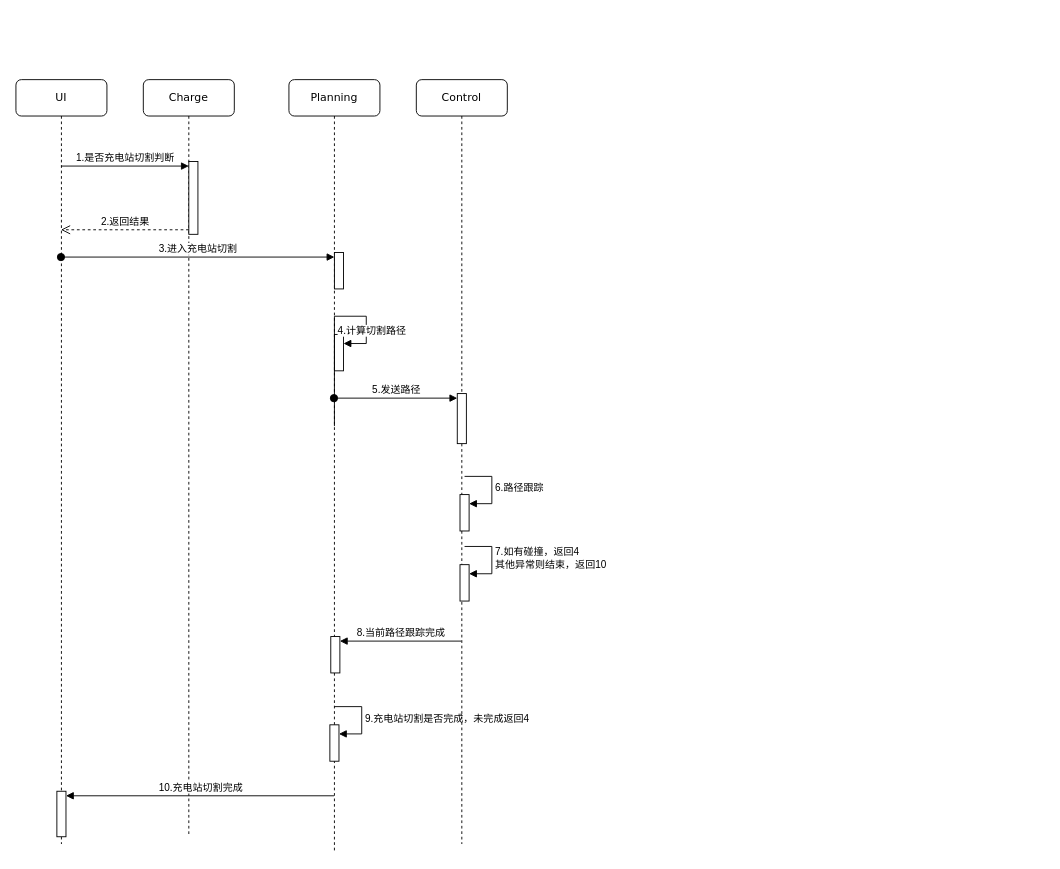
Above: charge_station_cut.drawio in Hinson-A/draw.io_file (draw.io), before the change. Source tidied: cells renumbered, new cells numbered last; positions are measured from the earlier drawing's top-left corner, leaving out a move shared by most shapes. Both pictures are drawn from the tidied source at 91%, with x=0, y=0 at pixel (15, 79).
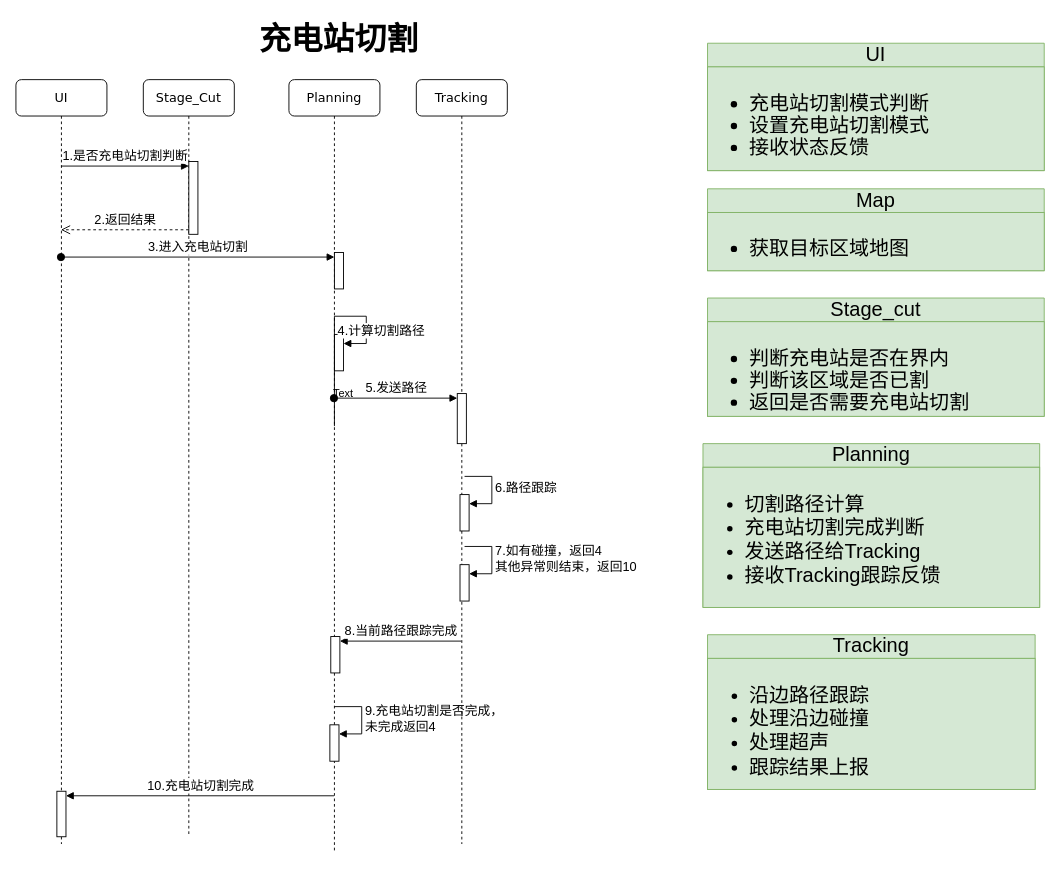
Above is the later version.

The edit, as a diff of the source:
```diff
@@
-    <mxCell id="2" value="Charge" style="shape=umlLifeline;perimeter=lifelinePerimeter;whiteSpace=wrap;html=1;rounded=1;shadow=0;comic=0;labelBackgroundColor=none;strokeWidth=1;fontFamily=Verdana;fontSize=12;align=center;" parent="1" vertex="1">
+    <mxCell id="2" value="Stage_Cut" style="shape=umlLifeline;perimeter=lifelinePerimeter;whiteSpace=wrap;html=1;rounded=1;shadow=0;comic=0;labelBackgroundColor=none;strokeWidth=1;fontFamily=Verdana;fontSize=14;align=center;" parent="1" vertex="1">
       <mxGeometry x="140" width="100" height="830" as="geometry" />
     </mxCell>
-    <mxCell id="3" style="html=1;points=[[0,0,0,0,5],[0,1,0,0,-5],[1,0,0,0,5],[1,1,0,0,-5]];perimeter=orthogonalPerimeter;outlineConnect=0;targetShapes=umlLifeline;portConstraint=eastwest;newEdgeStyle={&quot;curved&quot;:0,&quot;rounded&quot;:0};" parent="2" vertex="1">
+    <mxCell id="3" style="html=1;points=[[0,0,0,0,5],[0,1,0,0,-5],[1,0,0,0,5],[1,1,0,0,-5]];perimeter=orthogonalPerimeter;outlineConnect=0;targetShapes=umlLifeline;portConstraint=eastwest;newEdgeStyle={&quot;curved&quot;:0,&quot;rounded&quot;:0};fontSize=14;" parent="2" vertex="1">
       <mxGeometry x="50" y="90" width="10" height="80" as="geometry" />
     </mxCell>
-    <mxCell id="4" value="Planning" style="shape=umlLifeline;perimeter=lifelinePerimeter;whiteSpace=wrap;html=1;outlineConnect=0;rounded=1;shadow=0;comic=0;labelBackgroundColor=none;strokeWidth=1;fontFamily=Verdana;fontSize=12;align=center;" parent="1" vertex="1">
+    <mxCell id="4" value="Planning" style="shape=umlLifeline;perimeter=lifelinePerimeter;whiteSpace=wrap;html=1;outlineConnect=0;rounded=1;shadow=0;comic=0;labelBackgroundColor=none;strokeWidth=1;fontFamily=Verdana;fontSize=14;align=center;" parent="1" vertex="1">
       <mxGeometry x="300" width="100" height="850" as="geometry" />
     </mxCell>
-    <mxCell id="5" style="html=1;points=[[0,0,0,0,5],[0,1,0,0,-5],[1,0,0,0,5],[1,1,0,0,-5]];perimeter=orthogonalPerimeter;outlineConnect=0;targetShapes=umlLifeline;portConstraint=eastwest;newEdgeStyle={&quot;curved&quot;:0,&quot;rounded&quot;:0};" parent="4" vertex="1">
+    <mxCell id="5" style="html=1;points=[[0,0,0,0,5],[0,1,0,0,-5],[1,0,0,0,5],[1,1,0,0,-5]];perimeter=orthogonalPerimeter;outlineConnect=0;targetShapes=umlLifeline;portConstraint=eastwest;newEdgeStyle={&quot;curved&quot;:0,&quot;rounded&quot;:0};fontSize=14;" parent="4" vertex="1">
       <mxGeometry x="50" y="280" width="10" height="40" as="geometry" />
     </mxCell>
-    <mxCell id="6" value="4.计算切割路径" style="html=1;align=left;spacingLeft=2;endArrow=block;rounded=0;edgeStyle=orthogonalEdgeStyle;curved=0;rounded=0;exitX=0.5;exitY=0.448;exitDx=0;exitDy=0;exitPerimeter=0;" parent="4" edge="1" source="4" target="5">
+    <mxCell id="6" value="4.计算切割路径" style="html=1;align=left;spacingLeft=2;endArrow=block;rounded=0;edgeStyle=orthogonalEdgeStyle;curved=0;rounded=0;exitX=0.5;exitY=0.448;exitDx=0;exitDy=0;exitPerimeter=0;fontSize=14;" parent="4" edge="1" source="4" target="5">
       <mxGeometry relative="1" as="geometry">
         <Array as="points">
           <mxPoint x="85" y="260" />
           <mxPoint x="85" y="290" />
         </Array>
       </mxGeometry>
     </mxCell>
-    <mxCell id="7" style="html=1;points=[[0,0,0,0,5],[0,1,0,0,-5],[1,0,0,0,5],[1,1,0,0,-5]];perimeter=orthogonalPerimeter;outlineConnect=0;targetShapes=umlLifeline;portConstraint=eastwest;newEdgeStyle={&quot;curved&quot;:0,&quot;rounded&quot;:0};" parent="4" vertex="1">
+    <mxCell id="7" style="html=1;points=[[0,0,0,0,5],[0,1,0,0,-5],[1,0,0,0,5],[1,1,0,0,-5]];perimeter=orthogonalPerimeter;outlineConnect=0;targetShapes=umlLifeline;portConstraint=eastwest;newEdgeStyle={&quot;curved&quot;:0,&quot;rounded&quot;:0};fontSize=14;" parent="4" vertex="1">
       <mxGeometry x="50" y="190" width="10" height="40" as="geometry" />
     </mxCell>
-    <mxCell id="8" style="html=1;points=[[0,0,0,0,5],[0,1,0,0,-5],[1,0,0,0,5],[1,1,0,0,-5]];perimeter=orthogonalPerimeter;outlineConnect=0;targetShapes=umlLifeline;portConstraint=eastwest;newEdgeStyle={&quot;curved&quot;:0,&quot;rounded&quot;:0};" parent="4" vertex="1">
+    <mxCell id="8" style="html=1;points=[[0,0,0,0,5],[0,1,0,0,-5],[1,0,0,0,5],[1,1,0,0,-5]];perimeter=orthogonalPerimeter;outlineConnect=0;targetShapes=umlLifeline;portConstraint=eastwest;newEdgeStyle={&quot;curved&quot;:0,&quot;rounded&quot;:0};fontSize=14;" parent="4" vertex="1">
       <mxGeometry x="46" y="612" width="10" height="40" as="geometry" />
     </mxCell>
-    <mxCell id="9" style="html=1;points=[[0,0,0,0,5],[0,1,0,0,-5],[1,0,0,0,5],[1,1,0,0,-5]];perimeter=orthogonalPerimeter;outlineConnect=0;targetShapes=umlLifeline;portConstraint=eastwest;newEdgeStyle={&quot;curved&quot;:0,&quot;rounded&quot;:0};" parent="4" vertex="1">
+    <mxCell id="9" style="html=1;points=[[0,0,0,0,5],[0,1,0,0,-5],[1,0,0,0,5],[1,1,0,0,-5]];perimeter=orthogonalPerimeter;outlineConnect=0;targetShapes=umlLifeline;portConstraint=eastwest;newEdgeStyle={&quot;curved&quot;:0,&quot;rounded&quot;:0};fontSize=14;" parent="4" vertex="1">
       <mxGeometry x="45" y="709" width="10" height="40" as="geometry" />
     </mxCell>
-    <mxCell id="10" value="9.充电站切割是否完成，未完成返回4" style="html=1;align=left;spacingLeft=2;endArrow=block;rounded=0;edgeStyle=orthogonalEdgeStyle;curved=0;rounded=0;" parent="4" edge="1" target="9">
+    <mxCell id="10" value="9.充电站切割是否完成，&lt;br&gt;未完成返回4" style="html=1;align=left;spacingLeft=2;endArrow=block;rounded=0;edgeStyle=orthogonalEdgeStyle;curved=0;rounded=0;fontSize=14;" parent="4" edge="1" target="9">
       <mxGeometry relative="1" as="geometry">
         <mxPoint x="50" y="689" as="sourcePoint" />
         <Array as="points">
           <mxPoint x="80" y="719" />
         </Array>
       </mxGeometry>
     </mxCell>
-    <mxCell id="11" value="Control" style="shape=umlLifeline;perimeter=lifelinePerimeter;whiteSpace=wrap;html=1;rounded=1;shadow=0;comic=0;labelBackgroundColor=none;strokeWidth=1;fontFamily=Verdana;fontSize=12;align=center;" parent="1" vertex="1">
+    <mxCell id="11" value="Tracking" style="shape=umlLifeline;perimeter=lifelinePerimeter;whiteSpace=wrap;html=1;rounded=1;shadow=0;comic=0;labelBackgroundColor=none;strokeWidth=1;fontFamily=Verdana;fontSize=14;align=center;" parent="1" vertex="1">
       <mxGeometry x="440" width="100" height="840" as="geometry" />
     </mxCell>
-    <mxCell id="12" style="html=1;points=[[0,0,0,0,5],[0,1,0,0,-5],[1,0,0,0,5],[1,1,0,0,-5]];perimeter=orthogonalPerimeter;outlineConnect=0;targetShapes=umlLifeline;portConstraint=eastwest;newEdgeStyle={&quot;curved&quot;:0,&quot;rounded&quot;:0};" parent="11" vertex="1">
+    <mxCell id="12" style="html=1;points=[[0,0,0,0,5],[0,1,0,0,-5],[1,0,0,0,5],[1,1,0,0,-5]];perimeter=orthogonalPerimeter;outlineConnect=0;targetShapes=umlLifeline;portConstraint=eastwest;newEdgeStyle={&quot;curved&quot;:0,&quot;rounded&quot;:0};fontSize=14;" parent="11" vertex="1">
       <mxGeometry x="45" y="345" width="10" height="55" as="geometry" />
     </mxCell>
-    <mxCell id="13" value="UI" style="shape=umlLifeline;perimeter=lifelinePerimeter;whiteSpace=wrap;html=1;outlineConnect=0;rounded=1;shadow=0;comic=0;labelBackgroundColor=none;strokeWidth=1;fontFamily=Verdana;fontSize=12;align=center;" parent="1" vertex="1">
+    <mxCell id="13" value="UI" style="shape=umlLifeline;perimeter=lifelinePerimeter;whiteSpace=wrap;html=1;outlineConnect=0;rounded=1;shadow=0;comic=0;labelBackgroundColor=none;strokeWidth=1;fontFamily=Verdana;fontSize=14;align=center;" parent="1" vertex="1">
       <mxGeometry width="100" height="840" as="geometry" />
     </mxCell>
-    <mxCell id="14" style="html=1;points=[[0,0,0,0,5],[0,1,0,0,-5],[1,0,0,0,5],[1,1,0,0,-5]];perimeter=orthogonalPerimeter;outlineConnect=0;targetShapes=umlLifeline;portConstraint=eastwest;newEdgeStyle={&quot;curved&quot;:0,&quot;rounded&quot;:0};" parent="13" vertex="1">
+    <mxCell id="14" style="html=1;points=[[0,0,0,0,5],[0,1,0,0,-5],[1,0,0,0,5],[1,1,0,0,-5]];perimeter=orthogonalPerimeter;outlineConnect=0;targetShapes=umlLifeline;portConstraint=eastwest;newEdgeStyle={&quot;curved&quot;:0,&quot;rounded&quot;:0};fontSize=14;" parent="13" vertex="1">
       <mxGeometry x="45" y="782" width="10" height="50" as="geometry" />
     </mxCell>
-    <mxCell id="15" value="1.是否充电站切割判断" style="html=1;verticalAlign=bottom;endArrow=block;curved=0;rounded=0;entryX=0;entryY=0;entryDx=0;entryDy=5;" parent="1" edge="1" source="13" target="3">
+    <mxCell id="15" value="1.是否充电站切割判断" style="html=1;verticalAlign=bottom;endArrow=block;curved=0;rounded=0;entryX=0;entryY=0;entryDx=0;entryDy=5;fontSize=14;" parent="1" edge="1" source="13" target="3">
       <mxGeometry relative="1" as="geometry" />
     </mxCell>
-    <mxCell id="16" value="2.返回结果" style="html=1;verticalAlign=bottom;endArrow=open;dashed=1;endSize=8;curved=0;rounded=0;exitX=0;exitY=1;exitDx=0;exitDy=-5;" parent="1" edge="1" source="3" target="13">
+    <mxCell id="16" value="2.返回结果" style="html=1;verticalAlign=bottom;endArrow=open;dashed=1;endSize=8;curved=0;rounded=0;exitX=0;exitY=1;exitDx=0;exitDy=-5;fontSize=14;" parent="1" edge="1" source="3" target="13">
       <mxGeometry relative="1" as="geometry" />
     </mxCell>
-    <mxCell id="17" value="3.进入充电站切割" style="html=1;verticalAlign=bottom;startArrow=oval;endArrow=block;startSize=8;curved=0;rounded=0;entryX=0;entryY=0;entryDx=0;entryDy=5;" parent="1" edge="1" source="13" target="7">
+    <mxCell id="17" value="3.进入充电站切割" style="html=1;verticalAlign=bottom;startArrow=oval;endArrow=block;startSize=8;curved=0;rounded=0;entryX=0;entryY=0;entryDx=0;entryDy=5;fontSize=14;" parent="1" edge="1" source="13" target="7">
       <mxGeometry relative="1" as="geometry" />
     </mxCell>
-    <mxCell id="18" value="5.发送路径" style="html=1;verticalAlign=bottom;startArrow=oval;endArrow=block;startSize=8;curved=0;rounded=0;entryX=0;entryY=0;entryDx=0;entryDy=5;" parent="1" edge="1" source="4" target="12">
+    <mxCell id="18" value="5.发送路径" style="html=1;verticalAlign=bottom;startArrow=oval;endArrow=block;startSize=8;curved=0;rounded=0;entryX=0;entryY=0;entryDx=0;entryDy=5;fontSize=14;" parent="1" edge="1" source="4" target="12">
       <mxGeometry relative="1" as="geometry" />
     </mxCell>
-    <mxCell id="19" style="html=1;points=[[0,0,0,0,5],[0,1,0,0,-5],[1,0,0,0,5],[1,1,0,0,-5]];perimeter=orthogonalPerimeter;outlineConnect=0;targetShapes=umlLifeline;portConstraint=eastwest;newEdgeStyle={&quot;curved&quot;:0,&quot;rounded&quot;:0};" parent="1" vertex="1">
+    <mxCell id="19" style="html=1;points=[[0,0,0,0,5],[0,1,0,0,-5],[1,0,0,0,5],[1,1,0,0,-5]];perimeter=orthogonalPerimeter;outlineConnect=0;targetShapes=umlLifeline;portConstraint=eastwest;newEdgeStyle={&quot;curved&quot;:0,&quot;rounded&quot;:0};fontSize=14;" parent="1" vertex="1">
       <mxGeometry x="488" y="456" width="10" height="40" as="geometry" />
     </mxCell>
-    <mxCell id="20" value="6.路径跟踪" style="html=1;align=left;spacingLeft=2;endArrow=block;rounded=0;edgeStyle=orthogonalEdgeStyle;curved=0;rounded=0;" parent="1" edge="1" target="19">
+    <mxCell id="20" value="6.路径跟踪" style="html=1;align=left;spacingLeft=2;endArrow=block;rounded=0;edgeStyle=orthogonalEdgeStyle;curved=0;rounded=0;fontSize=14;" parent="1" edge="1" target="19">
       <mxGeometry relative="1" as="geometry">
         <mxPoint x="493" y="436" as="sourcePoint" />
         <Array as="points">
           <mxPoint x="523" y="466" />
         </Array>
       </mxGeometry>
     </mxCell>
-    <mxCell id="21" value="8.当前路径跟踪完成" style="html=1;verticalAlign=bottom;endArrow=block;curved=0;rounded=0;entryX=1;entryY=0;entryDx=0;entryDy=5;" parent="1" edge="1" target="8">
+    <mxCell id="21" value="8.当前路径跟踪完成" style="html=1;verticalAlign=bottom;endArrow=block;curved=0;rounded=0;entryX=1;entryY=0;entryDx=0;entryDy=5;fontSize=14;" parent="1" edge="1" target="8">
       <mxGeometry relative="1" as="geometry">
         <mxPoint x="489.5" y="617" as="sourcePoint" />
       </mxGeometry>
     </mxCell>
-    <mxCell id="22" value="10.充电站切割完成" style="html=1;verticalAlign=bottom;endArrow=block;curved=0;rounded=0;entryX=1;entryY=0;entryDx=0;entryDy=5;" parent="1" edge="1" target="14">
+    <mxCell id="22" value="10.充电站切割完成" style="html=1;verticalAlign=bottom;endArrow=block;curved=0;rounded=0;entryX=1;entryY=0;entryDx=0;entryDy=5;fontSize=14;" parent="1" edge="1" target="14">
       <mxGeometry relative="1" as="geometry">
         <mxPoint x="349.5" y="787" as="sourcePoint" />
       </mxGeometry>
     </mxCell>
-    <mxCell id="23" style="html=1;points=[[0,0,0,0,5],[0,1,0,0,-5],[1,0,0,0,5],[1,1,0,0,-5]];perimeter=orthogonalPerimeter;outlineConnect=0;targetShapes=umlLifeline;portConstraint=eastwest;newEdgeStyle={&quot;curved&quot;:0,&quot;rounded&quot;:0};" parent="1" vertex="1">
+    <mxCell id="23" style="html=1;points=[[0,0,0,0,5],[0,1,0,0,-5],[1,0,0,0,5],[1,1,0,0,-5]];perimeter=orthogonalPerimeter;outlineConnect=0;targetShapes=umlLifeline;portConstraint=eastwest;newEdgeStyle={&quot;curved&quot;:0,&quot;rounded&quot;:0};fontSize=14;" parent="1" vertex="1">
       <mxGeometry x="488" y="533" width="10" height="40" as="geometry" />
     </mxCell>
-    <mxCell id="24" value="7.如有碰撞，返回4&lt;br&gt;其他异常则结束，返回10" style="html=1;align=left;spacingLeft=2;endArrow=block;rounded=0;edgeStyle=orthogonalEdgeStyle;curved=0;rounded=0;" parent="1" edge="1" target="23">
+    <mxCell id="24" value="7.如有碰撞，返回4&lt;br style=&quot;font-size: 14px;&quot;&gt;其他异常则结束，返回10" style="html=1;align=left;spacingLeft=2;endArrow=block;rounded=0;edgeStyle=orthogonalEdgeStyle;curved=0;rounded=0;fontSize=14;" parent="1" edge="1" target="23">
       <mxGeometry relative="1" as="geometry">
         <mxPoint x="493" y="513" as="sourcePoint" />
         <Array as="points">
           <mxPoint x="523" y="543" />
         </Array>
       </mxGeometry>
     </mxCell>
+    <mxCell id="25" value="UI" style="swimlane;fontStyle=0;horizontal=1;startSize=26;fillColor=#d5e8d4;whiteSpace=wrap;html=1;fontSize=22;strokeColor=#82b366;" parent="1" vertex="1">
+      <mxGeometry x="760" y="-40" width="370" height="140" as="geometry" />
+    </mxCell>
+    <mxCell id="26" value="&lt;ul style=&quot;font-size: 22px; line-height: 110%;&quot;&gt;&lt;li style=&quot;font-size: 22px;&quot;&gt;充电站切割模式判断&lt;br style=&quot;font-size: 22px;&quot;&gt;&lt;/li&gt;&lt;li style=&quot;font-size: 22px;&quot;&gt;设置充电站切割模式&lt;/li&gt;&lt;li style=&quot;font-size: 22px;&quot;&gt;接收状态反馈&lt;/li&gt;&lt;/ul&gt;" style="text;strokeColor=#82b366;fillColor=#d5e8d4;align=left;verticalAlign=top;spacingLeft=4;spacingRight=4;overflow=hidden;whiteSpace=wrap;html=1;fontSize=22;" parent="25" vertex="1">
+      <mxGeometry y="26" width="370" height="114" as="geometry" />
+    </mxCell>
+    <mxCell id="27" value="Planning" style="swimlane;fontStyle=0;horizontal=1;startSize=26;fillColor=#d5e8d4;whiteSpace=wrap;html=1;fontSize=22;strokeColor=#82b366;" parent="1" vertex="1">
+      <mxGeometry x="755" y="400" width="370" height="180" as="geometry" />
+    </mxCell>
+    <mxCell id="28" value="&lt;p style=&quot;line-height: 130%; font-size: 22px;&quot;&gt;&lt;/p&gt;&lt;pre style=&quot;line-height: 130%; font-size: 22px;&quot;&gt;&lt;ul style=&quot;font-size: 22px; line-height: 110%;&quot;&gt;&lt;li style=&quot;font-size: 22px;&quot;&gt;&lt;font face=&quot;Helvetica&quot;&gt;切割路径计算&lt;/font&gt;&lt;/li&gt;&lt;li style=&quot;font-size: 22px;&quot;&gt;&lt;font face=&quot;Helvetica&quot;&gt;充电站切割完成判断&lt;/font&gt;&lt;/li&gt;&lt;li style=&quot;font-size: 22px;&quot;&gt;&lt;font face=&quot;Helvetica&quot; style=&quot;font-size: 22px;&quot;&gt;发送路径给Tracking&amp;nbsp;&lt;/font&gt;&lt;/li&gt;&lt;li style=&quot;font-size: 22px;&quot;&gt;&lt;font face=&quot;Helvetica&quot; style=&quot;font-size: 22px;&quot;&gt;接收Tracking跟踪反馈&lt;/font&gt;&lt;/li&gt;&lt;/ul&gt;&lt;/pre&gt;&lt;p style=&quot;font-size: 22px;&quot;&gt;&lt;/p&gt;&lt;p style=&quot;font-size: 22px;&quot;&gt;&lt;/p&gt;" style="text;strokeColor=#82b366;fillColor=#d5e8d4;align=left;verticalAlign=top;spacingLeft=4;spacingRight=4;overflow=hidden;whiteSpace=wrap;html=1;fontSize=22;" parent="27" vertex="1">
+      <mxGeometry y="26" width="370" height="154" as="geometry" />
+    </mxCell>
+    <mxCell id="29" value="Tracking" style="swimlane;fontStyle=0;horizontal=1;startSize=26;fillColor=#d5e8d4;whiteSpace=wrap;html=1;fontSize=22;strokeColor=#82b366;" parent="1" vertex="1">
+      <mxGeometry x="760" y="610" width="360" height="170" as="geometry" />
+    </mxCell>
+    <mxCell id="30" value="&lt;pre style=&quot;line-height: 130%; font-size: 22px;&quot;&gt;&lt;ul style=&quot;font-size: 22px; line-height: 110%;&quot;&gt;&lt;li style=&quot;font-size: 22px;&quot;&gt;&lt;font face=&quot;Helvetica&quot;&gt;沿边路径跟踪&lt;/font&gt;&lt;/li&gt;&lt;li style=&quot;font-size: 22px;&quot;&gt;&lt;span style=&quot;background-color: initial; font-size: 22px;&quot;&gt;&lt;font face=&quot;Helvetica&quot;&gt;处理沿边碰撞&lt;/font&gt;&lt;/span&gt;&lt;/li&gt;&lt;li style=&quot;font-size: 22px;&quot;&gt;&lt;span style=&quot;background-color: initial; font-size: 22px;&quot;&gt;&lt;font face=&quot;Helvetica&quot;&gt;处理超声&lt;/font&gt;&lt;/span&gt;&lt;/li&gt;&lt;li style=&quot;font-size: 22px;&quot;&gt;&lt;span style=&quot;background-color: initial; font-size: 22px;&quot;&gt;&lt;font face=&quot;Helvetica&quot;&gt;跟踪结果上报&lt;/font&gt;&lt;/span&gt;&lt;/li&gt;&lt;/ul&gt;&lt;/pre&gt;" style="text;strokeColor=#82b366;fillColor=#d5e8d4;align=left;verticalAlign=top;spacingLeft=4;spacingRight=4;overflow=hidden;whiteSpace=wrap;html=1;fontSize=22;" parent="29" vertex="1">
+      <mxGeometry y="26" width="360" height="144" as="geometry" />
+    </mxCell>
+    <mxCell id="31" value="Map" style="swimlane;fontStyle=0;horizontal=1;startSize=26;fillColor=#d5e8d4;whiteSpace=wrap;html=1;fontSize=22;strokeColor=#82b366;" parent="1" vertex="1">
+      <mxGeometry x="760" y="120" width="370" height="90" as="geometry" />
+    </mxCell>
+    <mxCell id="32" value="&lt;p style=&quot;line-height: 120%; font-size: 22px;&quot;&gt;&lt;/p&gt;&lt;ul style=&quot;font-size: 22px; line-height: 100%;&quot;&gt;&lt;li style=&quot;font-size: 22px;&quot;&gt;获取目标区域地图&lt;/li&gt;&lt;/ul&gt;&lt;p style=&quot;font-size: 22px;&quot;&gt;&lt;/p&gt;" style="text;strokeColor=#82b366;fillColor=#d5e8d4;align=left;verticalAlign=top;spacingLeft=4;spacingRight=4;overflow=hidden;whiteSpace=wrap;html=1;fontSize=22;" parent="31" vertex="1">
+      <mxGeometry y="26" width="370" height="64" as="geometry" />
+    </mxCell>
+    <mxCell id="33" value="Text" style="text;html=1;strokeColor=none;fillColor=none;align=center;verticalAlign=middle;whiteSpace=wrap;rounded=0;" parent="1" vertex="1">
+      <mxGeometry x="330" y="330" width="60" height="30" as="geometry" />
+    </mxCell>
+    <mxCell id="34" value="&lt;font size=&quot;1&quot; style=&quot;&quot;&gt;&lt;span style=&quot;font-size: 35px;&quot;&gt;&lt;b&gt;充电站切割&lt;/b&gt;&lt;/span&gt;&lt;/font&gt;" style="text;html=1;strokeColor=none;fillColor=none;align=center;verticalAlign=middle;whiteSpace=wrap;rounded=0;" parent="1" vertex="1">
+      <mxGeometry x="190" y="-70" width="330" height="50" as="geometry" />
+    </mxCell>
+    <mxCell id="35" value="Stage_cut" style="swimlane;fontStyle=0;horizontal=1;startSize=26;fillColor=#d5e8d4;whiteSpace=wrap;html=1;fontSize=22;strokeColor=#82b366;" parent="1" vertex="1">
+      <mxGeometry x="760" y="240" width="370" height="130" as="geometry" />
+    </mxCell>
+    <mxCell id="36" value="&lt;p style=&quot;line-height: 120%; font-size: 22px;&quot;&gt;&lt;/p&gt;&lt;ul style=&quot;font-size: 22px; line-height: 110%;&quot;&gt;&lt;li style=&quot;font-size: 22px;&quot;&gt;判断充电站是否在界内&lt;/li&gt;&lt;li style=&quot;font-size: 22px;&quot;&gt;判断该区域是否已割&lt;/li&gt;&lt;li style=&quot;font-size: 22px;&quot;&gt;返回是否需要充电站切割&lt;/li&gt;&lt;/ul&gt;&lt;p style=&quot;font-size: 22px;&quot;&gt;&lt;/p&gt;" style="text;strokeColor=#82b366;fillColor=#d5e8d4;align=left;verticalAlign=top;spacingLeft=4;spacingRight=4;overflow=hidden;whiteSpace=wrap;html=1;fontSize=22;" parent="35" vertex="1">
+      <mxGeometry y="26" width="370" height="104" as="geometry" />
+    </mxCell>
```
